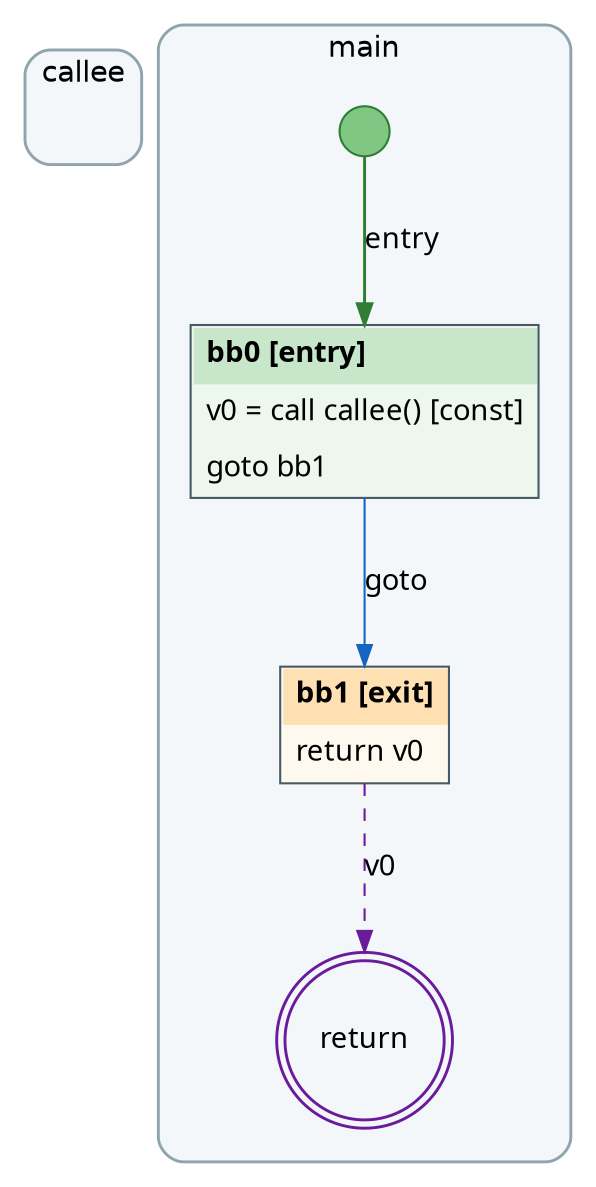
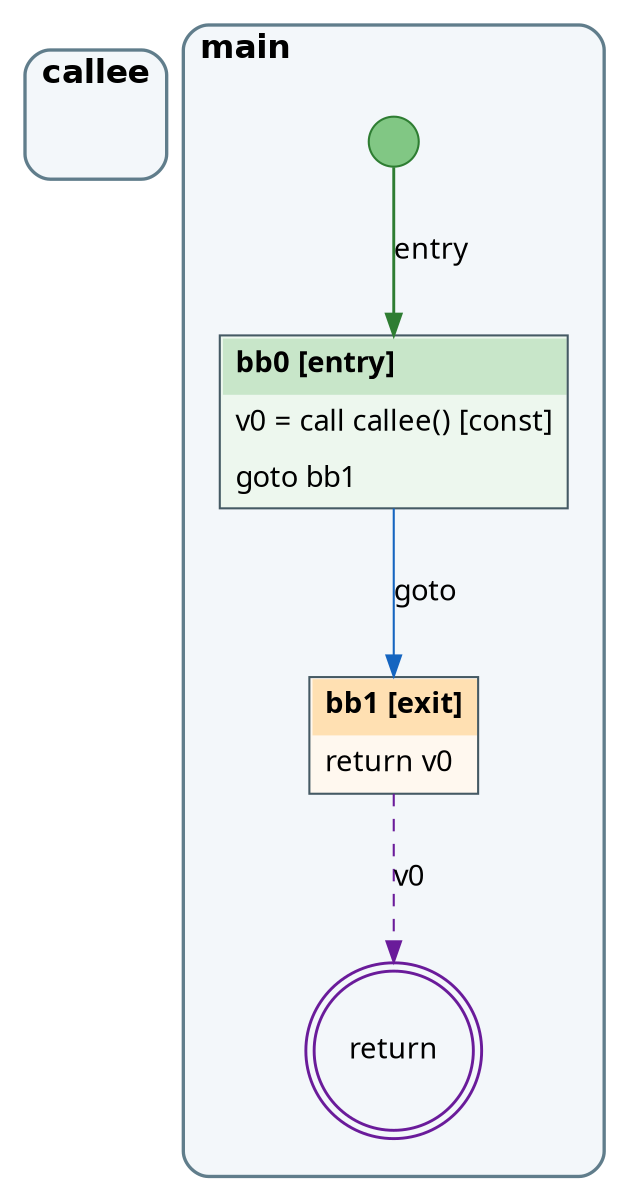
digraph SSA {
  rankdir=TB;
  newrank=true;
  ranksep=0.9;
  nodesep=0.35;
  splines=true;
  fontname="Helvetica";
  node [fontname="Menlo"];
  edge [fontname="Menlo"];
  subgraph cluster_f0 {
-     color="#90a4ae"; style="rounded,filled"; fillcolor="#f3f7fa"; penwidth=1.4;
-     margin=16;
-     labelloc=t; label="callee";
+     color="#607d8b"; pencolor="#607d8b"; style=rounded; bgcolor="#f3f7fa"; penwidth=1.6;
+     margin=18;
+     labelloc=t; labeljust=l;
+     label=<<TABLE BORDER="0" CELLBORDER="0" CELLSPACING="0" CELLPADDING="0"><TR><TD ALIGN="LEFT"><FONT FACE="Helvetica" POINT-SIZE="16"><B>callee</B></FONT></TD></TR></TABLE>>;
    f0_order [shape=point, style=invis, width=0, height=0, label=""];
  }
  subgraph cluster_f1 {
-     color="#90a4ae"; style="rounded,filled"; fillcolor="#f3f7fa"; penwidth=1.4;
-     margin=16;
-     labelloc=t; label="main";
+     color="#607d8b"; pencolor="#607d8b"; style=rounded; bgcolor="#f3f7fa"; penwidth=1.6;
+     margin=18;
+     labelloc=t; labeljust=l;
+     label=<<TABLE BORDER="0" CELLBORDER="0" CELLSPACING="0" CELLPADDING="0"><TR><TD ALIGN="LEFT"><FONT FACE="Helvetica" POINT-SIZE="16"><B>main</B></FONT></TD></TR></TABLE>>;
    f1_order [shape=point, style=invis, width=0, height=0, label=""];
    f1_entry [shape=circle, fixedsize=true, width=0.34, label="", style=filled, fillcolor="#81c784", color="#2e7d32"];
    f1_bb0 [shape=plain, margin=0, label=<
      <TABLE BORDER="1" CELLBORDER="0" CELLSPACING="0" CELLPADDING="6" COLOR="#455a64" BGCOLOR="#edf7ee">
        <TR><TD ALIGN="LEFT" BGCOLOR="#c8e6c9"><B>bb0 [entry]</B></TD></TR>
        <TR><TD ALIGN="LEFT"><FONT FACE="Menlo">v0 = call callee() [const]</FONT></TD></TR>
        <TR><TD ALIGN="LEFT"><FONT FACE="Menlo">goto bb1</FONT></TD></TR>
      </TABLE>
    >];
    f1_bb1 [shape=plain, margin=0, label=<
      <TABLE BORDER="1" CELLBORDER="0" CELLSPACING="0" CELLPADDING="6" COLOR="#455a64" BGCOLOR="#fff8ef">
        <TR><TD ALIGN="LEFT" BGCOLOR="#ffe0b2"><B>bb1 [exit]</B></TD></TR>
        <TR><TD ALIGN="LEFT"><FONT FACE="Menlo">return v0</FONT></TD></TR>
      </TABLE>
    >];
    f1_entry -> f1_bb0 [label="entry", color="#2e7d32", penwidth=1.4];
    f1_bb0 -> f1_bb1 [label="goto", color="#1565c0"];
    f1_ret [shape=doublecircle, label="return", color="#6a1b9a", penwidth=1.4];
    f1_bb1 -> f1_ret [style=dashed, color="#6a1b9a", label="v0"];
  }
  f0_order -> f1_order [style=invis, weight=200, minlen=2];
}
